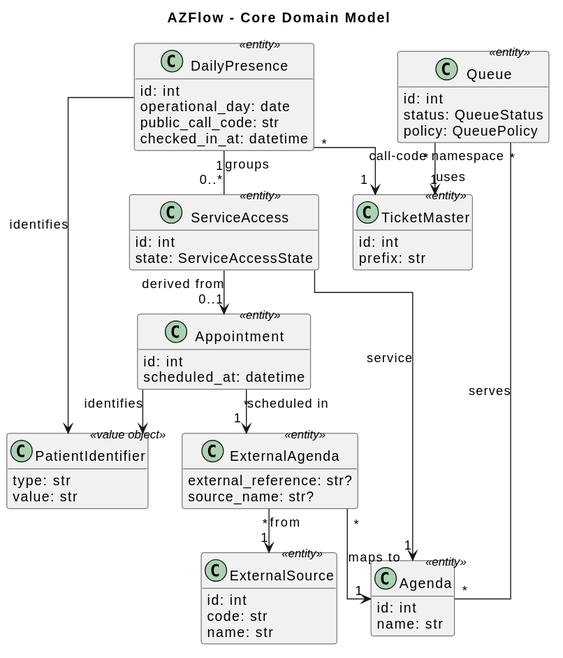
unibo-dtm-se-2526-AZFlow/report keeps this PlantUML diagram as pictures/domain-model.svg. Above is the earlier version. Its diagram source:
```plantuml
@startuml
top to bottom direction
skinparam shadowing false
skinparam classAttributeIconSize 0
skinparam linetype ortho
skinparam nodesep 35
skinparam ranksep 45
hide empty methods

title AZFlow - Core Domain Model

class PatientIdentifier <<value object>> {
  type: str
  value: str
}

class Appointment <<entity>> {
  id: int
  scheduled_at: datetime
}

class DailyPresence <<entity>> {
  id: int
  operational_day: date
  public_call_code: str
  checked_in_at: datetime
}

class ServiceAccess <<entity>> {
  id: int
  state: ServiceAccessState
}

class Agenda <<entity>> {
  id: int
  name: str
}

class ExternalAgenda <<entity>> {
  external_reference: str?
  source_name: str?
}

class ExternalSource <<entity>> {
  id: int
  code: str
  name: str
}

class Queue <<entity>> {
  id: int
  status: QueueStatus
  policy: QueuePolicy
}

class TicketMaster <<entity>> {
  id: int
  prefix: str
}

Appointment --> PatientIdentifier : identifies
DailyPresence --> PatientIdentifier : identifies
Appointment "*" --> "1" ExternalAgenda : scheduled in
ExternalAgenda "*" --> "1" Agenda : maps to
ExternalAgenda "*" --> "1" ExternalSource : from
DailyPresence "1" -- "0..*" ServiceAccess : groups
ServiceAccess --> "1" Agenda : service
ServiceAccess --> "0..1" Appointment : derived from
Queue "*" -- "*" Agenda : serves
Queue "*" --> "1" TicketMaster : uses
DailyPresence "*" --> "1" TicketMaster : call-code namespace
@enduml
```
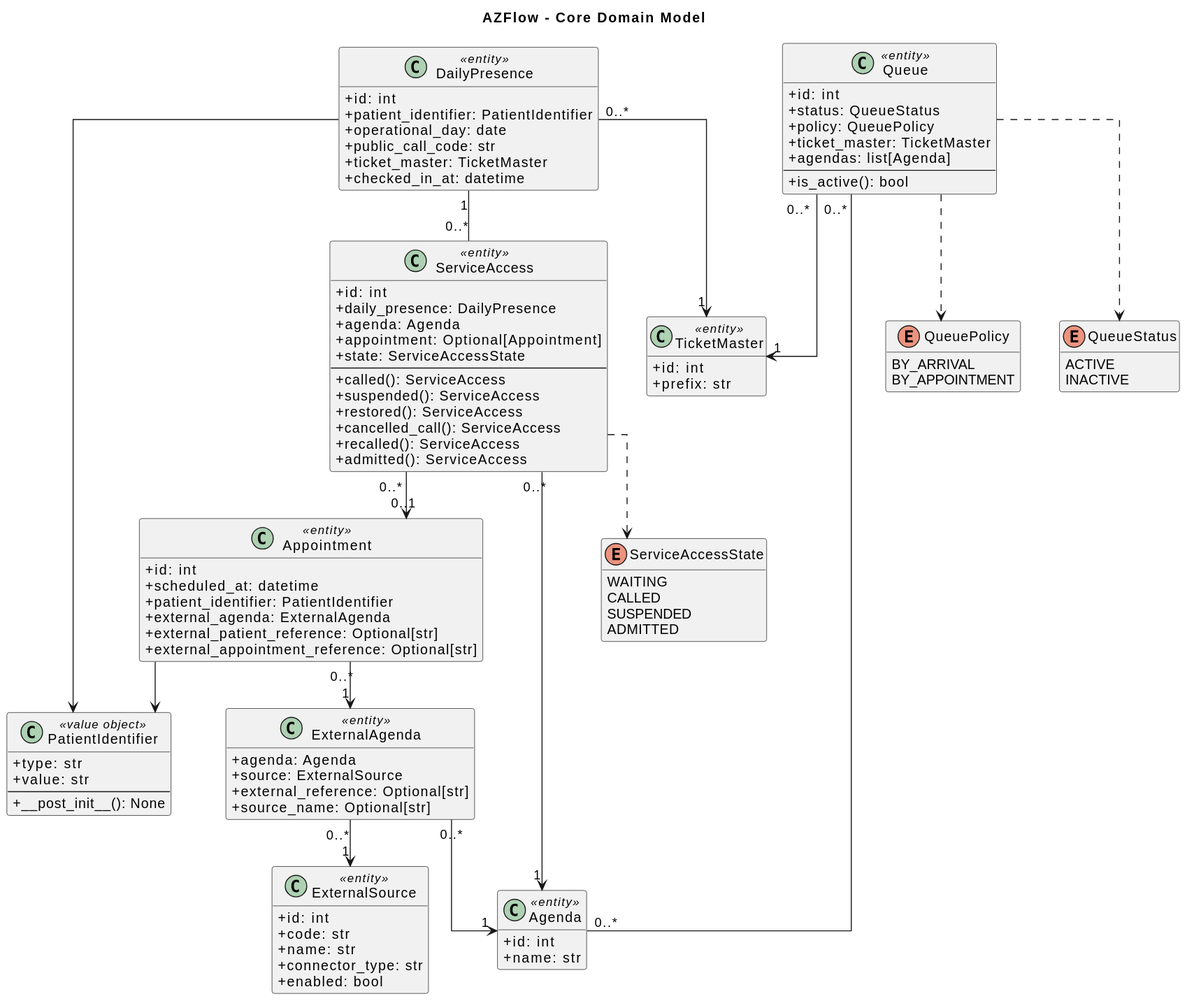
After the commit.

Diff of the diagram source:
```diff
@@ -3,70 +3,115 @@
 skinparam shadowing false
 skinparam classAttributeIconSize 0
 skinparam linetype ortho
-skinparam nodesep 35
-skinparam ranksep 45
+skinparam nodesep 40
+skinparam ranksep 48
 hide empty methods
 
 title AZFlow - Core Domain Model
 
 class PatientIdentifier <<value object>> {
-  type: str
-  value: str
+  +type: str
+  +value: str
+  --
+  +__post_init__(): None
 }
 
 class Appointment <<entity>> {
-  id: int
-  scheduled_at: datetime
+  +id: int
+  +scheduled_at: datetime
+  +patient_identifier: PatientIdentifier
+  +external_agenda: ExternalAgenda
+  +external_patient_reference: Optional[str]
+  +external_appointment_reference: Optional[str]
 }
 
 class DailyPresence <<entity>> {
-  id: int
-  operational_day: date
-  public_call_code: str
-  checked_in_at: datetime
+  +id: int
+  +patient_identifier: PatientIdentifier
+  +operational_day: date
+  +public_call_code: str
+  +ticket_master: TicketMaster
+  +checked_in_at: datetime
 }
 
 class ServiceAccess <<entity>> {
-  id: int
-  state: ServiceAccessState
+  +id: int
+  +daily_presence: DailyPresence
+  +agenda: Agenda
+  +appointment: Optional[Appointment]
+  +state: ServiceAccessState
+  --
+  +called(): ServiceAccess
+  +suspended(): ServiceAccess
+  +restored(): ServiceAccess
+  +cancelled_call(): ServiceAccess
+  +recalled(): ServiceAccess
+  +admitted(): ServiceAccess
 }
 
 class Agenda <<entity>> {
-  id: int
-  name: str
+  +id: int
+  +name: str
 }
 
 class ExternalAgenda <<entity>> {
-  external_reference: str?
-  source_name: str?
+  +agenda: Agenda
+  +source: ExternalSource
+  +external_reference: Optional[str]
+  +source_name: Optional[str]
 }
 
 class ExternalSource <<entity>> {
-  id: int
-  code: str
-  name: str
+  +id: int
+  +code: str
+  +name: str
+  +connector_type: str
+  +enabled: bool
 }
 
 class Queue <<entity>> {
-  id: int
-  status: QueueStatus
-  policy: QueuePolicy
+  +id: int
+  +status: QueueStatus
+  +policy: QueuePolicy
+  +ticket_master: TicketMaster
+  +agendas: list[Agenda]
+  --
+  +is_active(): bool
 }
 
 class TicketMaster <<entity>> {
-  id: int
-  prefix: str
+  +id: int
+  +prefix: str
 }
 
-Appointment --> PatientIdentifier : identifies
-DailyPresence --> PatientIdentifier : identifies
-Appointment "*" --> "1" ExternalAgenda : scheduled in
-ExternalAgenda "*" --> "1" Agenda : maps to
-ExternalAgenda "*" --> "1" ExternalSource : from
-DailyPresence "1" -- "0..*" ServiceAccess : groups
-ServiceAccess --> "1" Agenda : service
-ServiceAccess --> "0..1" Appointment : derived from
-Queue "*" -- "*" Agenda : serves
-Queue "*" --> "1" TicketMaster : uses
-DailyPresence "*" --> "1" TicketMaster : call-code namespace
+enum ServiceAccessState {
+  WAITING
+  CALLED
+  SUSPENDED
+  ADMITTED
+}
+enum QueuePolicy {
+  BY_ARRIVAL
+  BY_APPOINTMENT
+}
+enum QueueStatus {
+  ACTIVE
+  INACTIVE
+}
+
+Appointment --> PatientIdentifier
+Appointment "0..*" --> "1" ExternalAgenda
+ExternalAgenda "0..*" --> "1" ExternalSource
+ExternalAgenda "0..*" --> "1" Agenda
+DailyPresence --> PatientIdentifier
+DailyPresence "1" -- "0..*" ServiceAccess
+ServiceAccess "0..*" --> "1" Agenda
+ServiceAccess "0..*" --> "0..1" Appointment
+Queue "0..*" -- "0..*" Agenda
+Queue "0..*" --> "1" TicketMaster
+DailyPresence "0..*" --> "1" TicketMaster
+
+ServiceAccess ..> ServiceAccessState
+Queue ..> QueuePolicy
+Queue ..> QueueStatus
 @enduml
```
